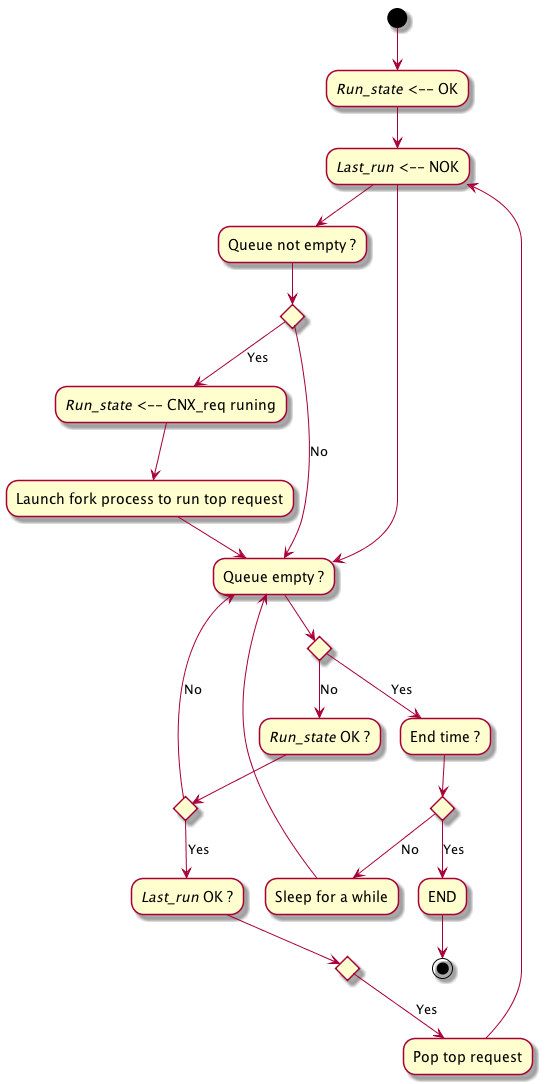
This is doc/UML/Algo_exec_CNX.png from tof25/DST, a PlantUML export, as it was before one commit.
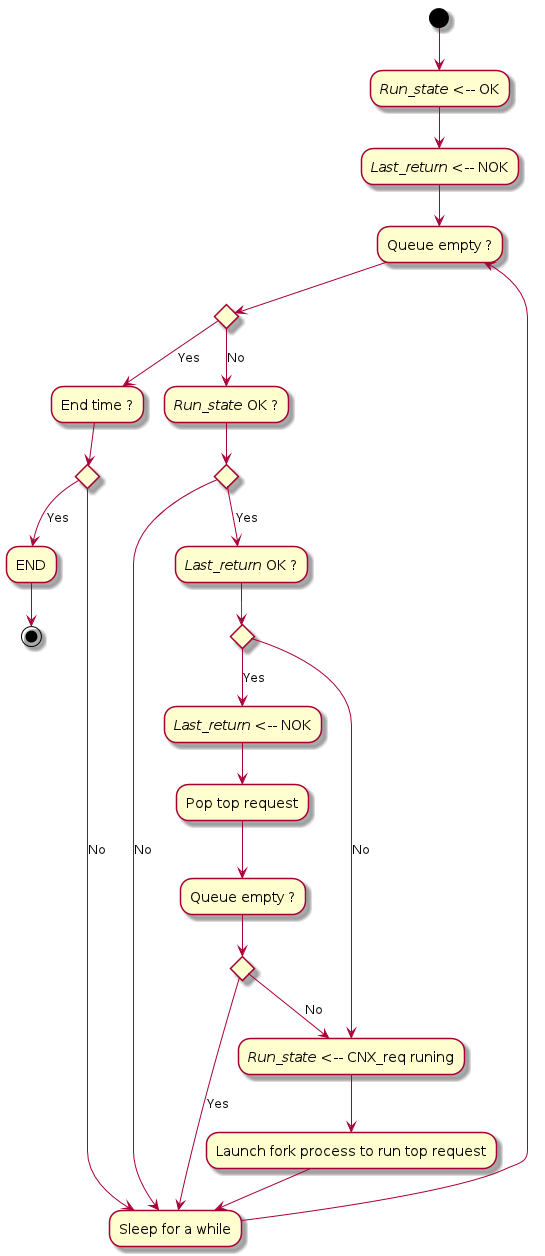
Above is the later version.

The edit, as a diff of the source:
```diff
@@ -1,36 +1,38 @@
 @startuml
 
-(*top) --> "<i>Run_state</i> <-- OK"
---> "<i>Last_run</i> <-- NOK"
+(*top) --> "<i>Run_state</i> <-- OK" as init1
+--> "<i>Last_return</i> <-- NOK" as init2
 
---> "Queue empty ?"
+--> "Queue empty ?" as q1
 if "" then
     -->[Yes] "End time ?"
     if "" then
         -->[Yes] "END"
         -->(*)
     else
-        -->[No] "Sleep for a while"
-        --> "Queue empty ?"
+        -->[No] "Sleep for a while" as s1
+        --> q1
     endif
 else
     -->[No] "<i>Run_state</i> OK ?"
     if "" then
-        -->[Yes] "<i>Last_run</i> OK ?"
+        -->[Yes] "<i>Last_return</i> OK ?"
         if "" then
-            -->[Yes] "Pop top request"
-            --> "<i>Last_run</i> <-- NOK"
-        endif
-        --> "Queue not empty ?"
-        if "" then
-            -->[Yes] "<i>Run_state</i> <-- CNX_req runing"
-            --> "Launch fork process to run top request"
-            --> "Queue empty ?"
+            -->[Yes] "<i>Last_return</i> <-- NOK"
+            --> "Pop top request"
+            --> "Queue empty ?" as q2
+            if "" then
+                -->[Yes] s1
+            else
+                -->[No] "<i>Run_state</i> <-- CNX_req runing" as run1
+                --> "Launch fork process to run top request"
+                --> s1
+            endif
         else
-            -->[No] "Queue empty ?"
+            -->[No] run1
         endif
     else
-        -->[No] "Queue empty ?"
+        -->[No] s1
     endif
 endif
 
```
